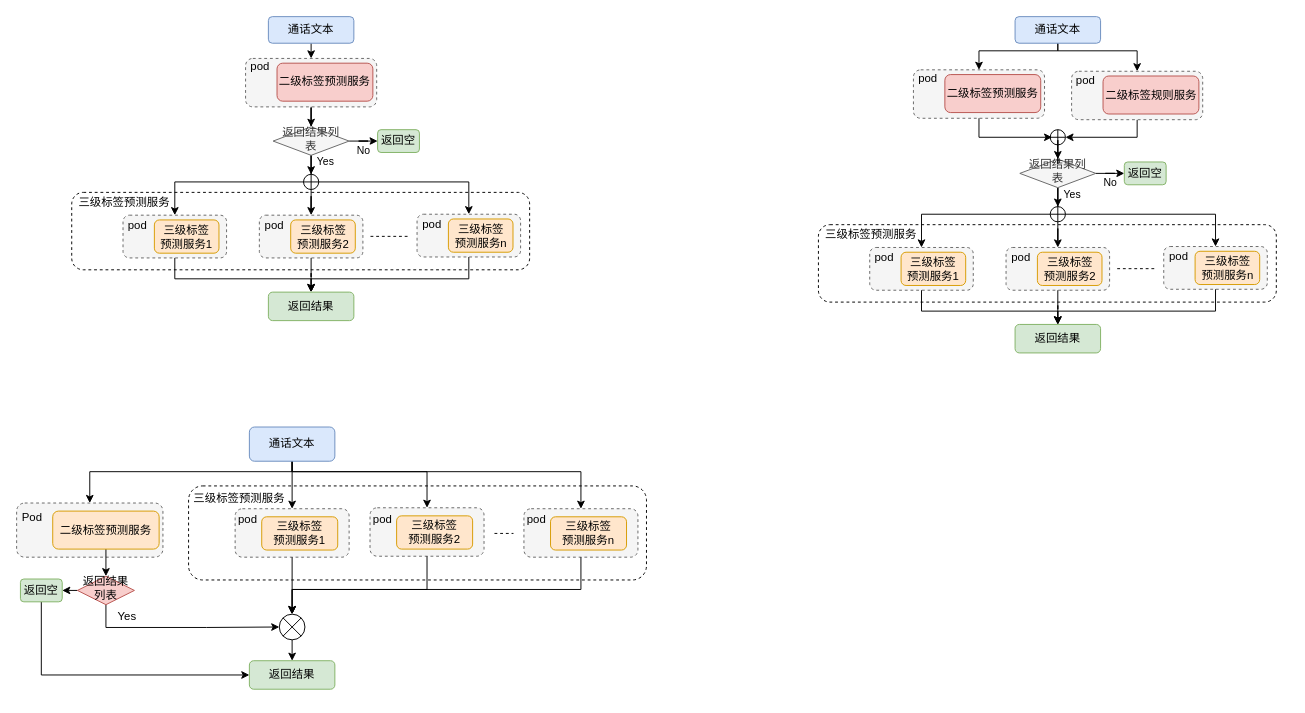
Earlier version of the draw.io diagram nlp/KYC.drawio (MMMLMF/notes). Source tidied: cells renumbered, new cells numbered last; positions are measured from the earlier drawing's top-left corner, leaving out a move shared by most shapes. Both pictures are drawn from the tidied source at 95%, with x=0, y=0 at pixel (16, 16).
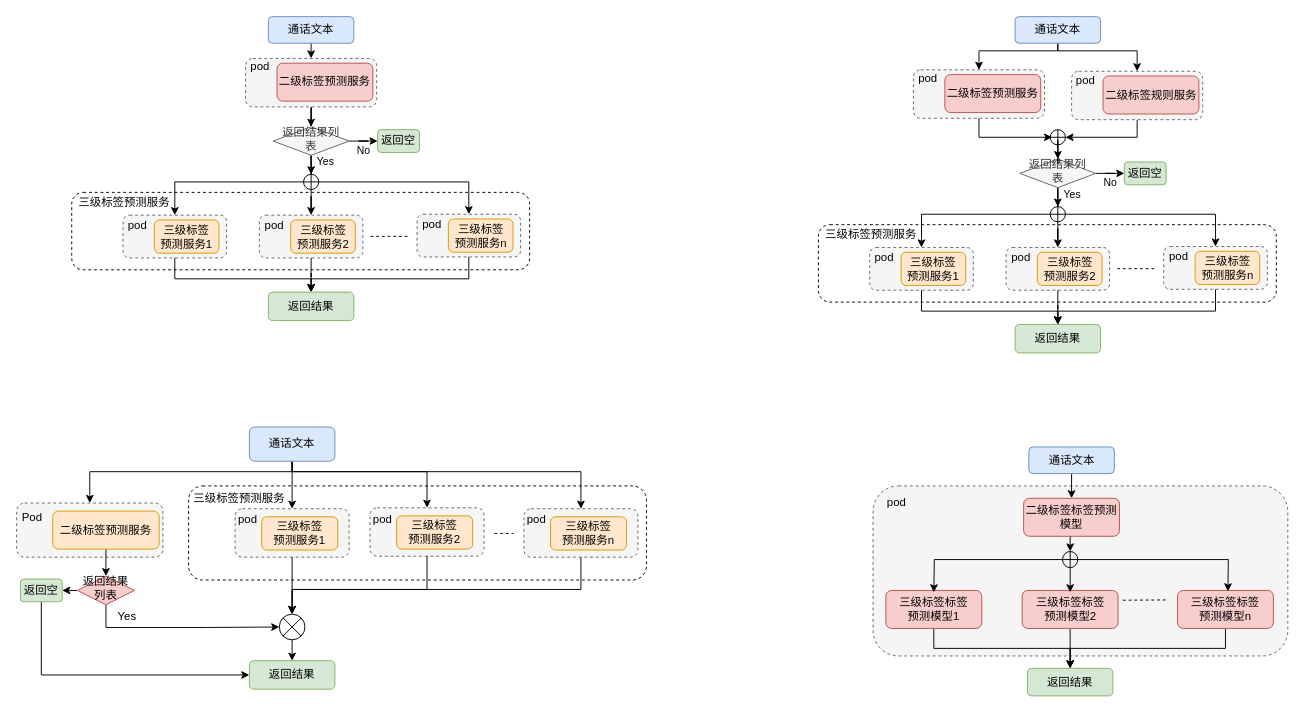
The same diagram, later.

What changed in the source:
```diff
@@
+    <mxCell id="120" style="rounded=1;whiteSpace=wrap;html=1;dashed=1;fillColor=#f5f5f5;strokeColor=#666666;fontColor=#333333;" parent="1" vertex="1">
+      <mxGeometry x="901.5" y="494" width="436.6" height="179" as="geometry" />
+    </mxCell>
@@
+    <mxCell id="121" style="edgeStyle=orthogonalEdgeStyle;rounded=0;jettySize=auto;html=1;exitX=0.5;exitY=1;exitDx=0;exitDy=0;entryX=0.5;entryY=0;entryDx=0;entryDy=0;" parent="1" edge="1" source="122" target="125">
+      <mxGeometry relative="1" as="geometry" />
+    </mxCell>
+    <mxCell id="122" value="通话文本" style="rounded=1;whiteSpace=wrap;html=1;fontSize=12;glass=0;strokeWidth=1;shadow=0;fillColor=#dae8fc;strokeColor=#6c8ebf;" parent="1" vertex="1">
+      <mxGeometry x="1065.5" y="453" width="90" height="28" as="geometry" />
+    </mxCell>
+    <mxCell id="123" value="返回结果" style="rounded=1;whiteSpace=wrap;html=1;fontSize=12;glass=0;strokeWidth=1;shadow=0;fillColor=#d5e8d4;strokeColor=#82b366;" parent="1" vertex="1">
+      <mxGeometry x="1064" y="686" width="90" height="29" as="geometry" />
+    </mxCell>
+    <mxCell id="124" style="edgeStyle=orthogonalEdgeStyle;rounded=0;jettySize=auto;html=1;exitX=0.5;exitY=1;exitDx=0;exitDy=0;entryX=0.5;entryY=0;entryDx=0;entryDy=0;" parent="1" edge="1" source="125" target="137">
+      <mxGeometry relative="1" as="geometry" />
+    </mxCell>
+    <mxCell id="125" value="二级标签标签预测模型" style="rounded=1;whiteSpace=wrap;html=1;fillColor=#f8cecc;strokeColor=#b85450;" parent="1" vertex="1">
+      <mxGeometry x="1060" y="507" width="100.9" height="40" as="geometry" />
+    </mxCell>
+    <mxCell id="126" value="pod" style="text;html=1;align=center;verticalAlign=middle;strokeColor=none;" parent="1" vertex="1">
+      <mxGeometry x="911" y="502.5" width="30" height="18" as="geometry" />
+    </mxCell>
+    <mxCell id="127" style="edgeStyle=orthogonalEdgeStyle;rounded=0;jettySize=auto;html=1;exitX=0.5;exitY=1;exitDx=0;exitDy=0;entryX=0.5;entryY=0;entryDx=0;entryDy=0;" parent="1" edge="1" source="128" target="123">
+      <mxGeometry relative="1" as="geometry" />
+    </mxCell>
+    <mxCell id="128" value="三级标签标签&lt;br&gt;预测模型1" style="rounded=1;whiteSpace=wrap;html=1;fillColor=#f8cecc;strokeColor=#b85450;" parent="1" vertex="1">
+      <mxGeometry x="915" y="604" width="100.9" height="40" as="geometry" />
+    </mxCell>
+    <mxCell id="129" style="edgeStyle=orthogonalEdgeStyle;rounded=0;jettySize=auto;html=1;exitX=0.5;exitY=1;exitDx=0;exitDy=0;entryX=0.5;entryY=0;entryDx=0;entryDy=0;" parent="1" edge="1" source="130" target="123">
+      <mxGeometry relative="1" as="geometry" />
+    </mxCell>
+    <mxCell id="130" value="三级标签标签&lt;br&gt;预测模型2" style="rounded=1;whiteSpace=wrap;html=1;fillColor=#f8cecc;strokeColor=#b85450;" parent="1" vertex="1">
+      <mxGeometry x="1058.5" y="604" width="100.9" height="40" as="geometry" />
+    </mxCell>
+    <mxCell id="131" style="edgeStyle=orthogonalEdgeStyle;rounded=0;jettySize=auto;html=1;exitX=0.5;exitY=1;exitDx=0;exitDy=0;entryX=0.5;entryY=0;entryDx=0;entryDy=0;" parent="1" edge="1" source="132" target="123">
+      <mxGeometry relative="1" as="geometry" />
+    </mxCell>
+    <mxCell id="132" value="三级标签标签&lt;br&gt;预测模型n" style="rounded=1;whiteSpace=wrap;html=1;fillColor=#f8cecc;strokeColor=#b85450;" parent="1" vertex="1">
+      <mxGeometry x="1222" y="604" width="100.9" height="40" as="geometry" />
+    </mxCell>
+    <mxCell id="133" style="endArrow=none;dashed=1;html=1;strokeWidth=1;" parent="1" edge="1">
+      <mxGeometry relative="1" as="geometry">
+        <mxPoint x="1164.5" y="614.3" as="sourcePoint" />
+        <mxPoint x="1211.5" y="614" as="targetPoint" />
+      </mxGeometry>
+    </mxCell>
+    <mxCell id="134" style="edgeStyle=orthogonalEdgeStyle;rounded=0;jettySize=auto;html=1;entryX=0.5;entryY=0;entryDx=0;entryDy=0;strokeWidth=1;" parent="1" edge="1" source="137">
+      <mxGeometry relative="1" as="geometry">
+        <mxPoint x="1109" y="606" as="targetPoint" />
+      </mxGeometry>
+    </mxCell>
+    <mxCell id="135" style="edgeStyle=orthogonalEdgeStyle;rounded=0;jettySize=auto;html=1;exitX=1;exitY=0.5;exitDx=0;exitDy=0;entryX=0.5;entryY=0;entryDx=0;entryDy=0;strokeWidth=1;" parent="1" edge="1" source="137">
+      <mxGeometry relative="1" as="geometry">
+        <mxPoint x="1275" y="605" as="targetPoint" />
+      </mxGeometry>
+    </mxCell>
+    <mxCell id="136" style="edgeStyle=orthogonalEdgeStyle;rounded=0;jettySize=auto;html=1;entryX=0.5;entryY=0;entryDx=0;entryDy=0;strokeWidth=1;" parent="1" edge="1" source="137">
+      <mxGeometry relative="1" as="geometry">
+        <mxPoint x="965.5" y="606" as="targetPoint" />
+      </mxGeometry>
+    </mxCell>
+    <mxCell id="137" style="shape=orEllipse;perimeter=ellipsePerimeter;whiteSpace=wrap;html=1;backgroundOutline=1;fillColor=none;" parent="1" vertex="1">
+      <mxGeometry x="1101" y="563" width="16" height="17" as="geometry" />
+    </mxCell>
```
